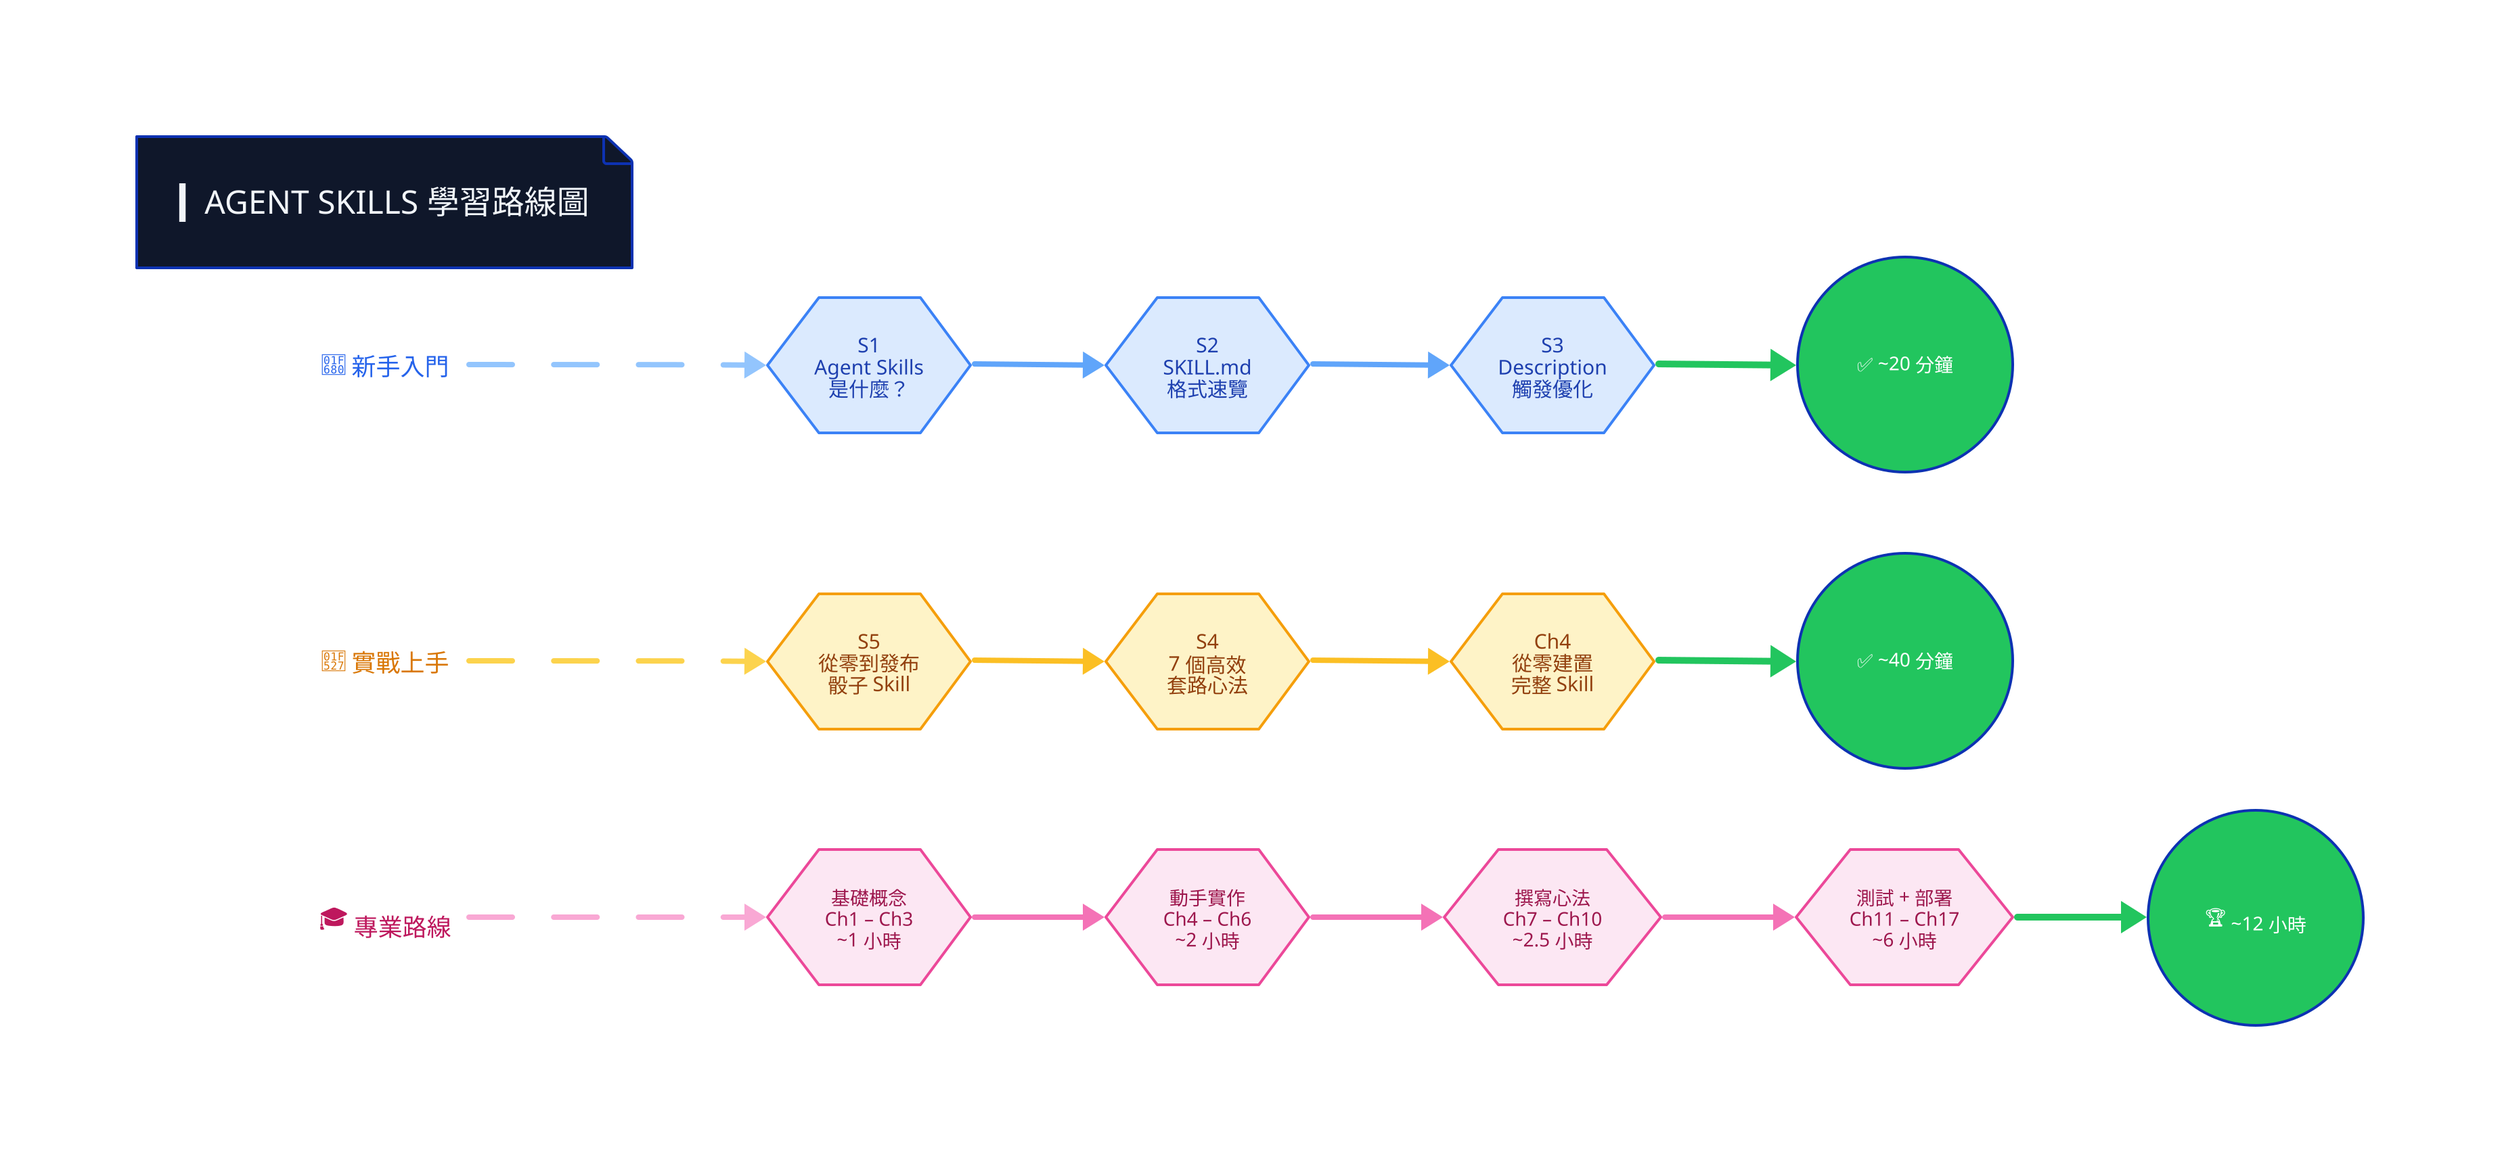
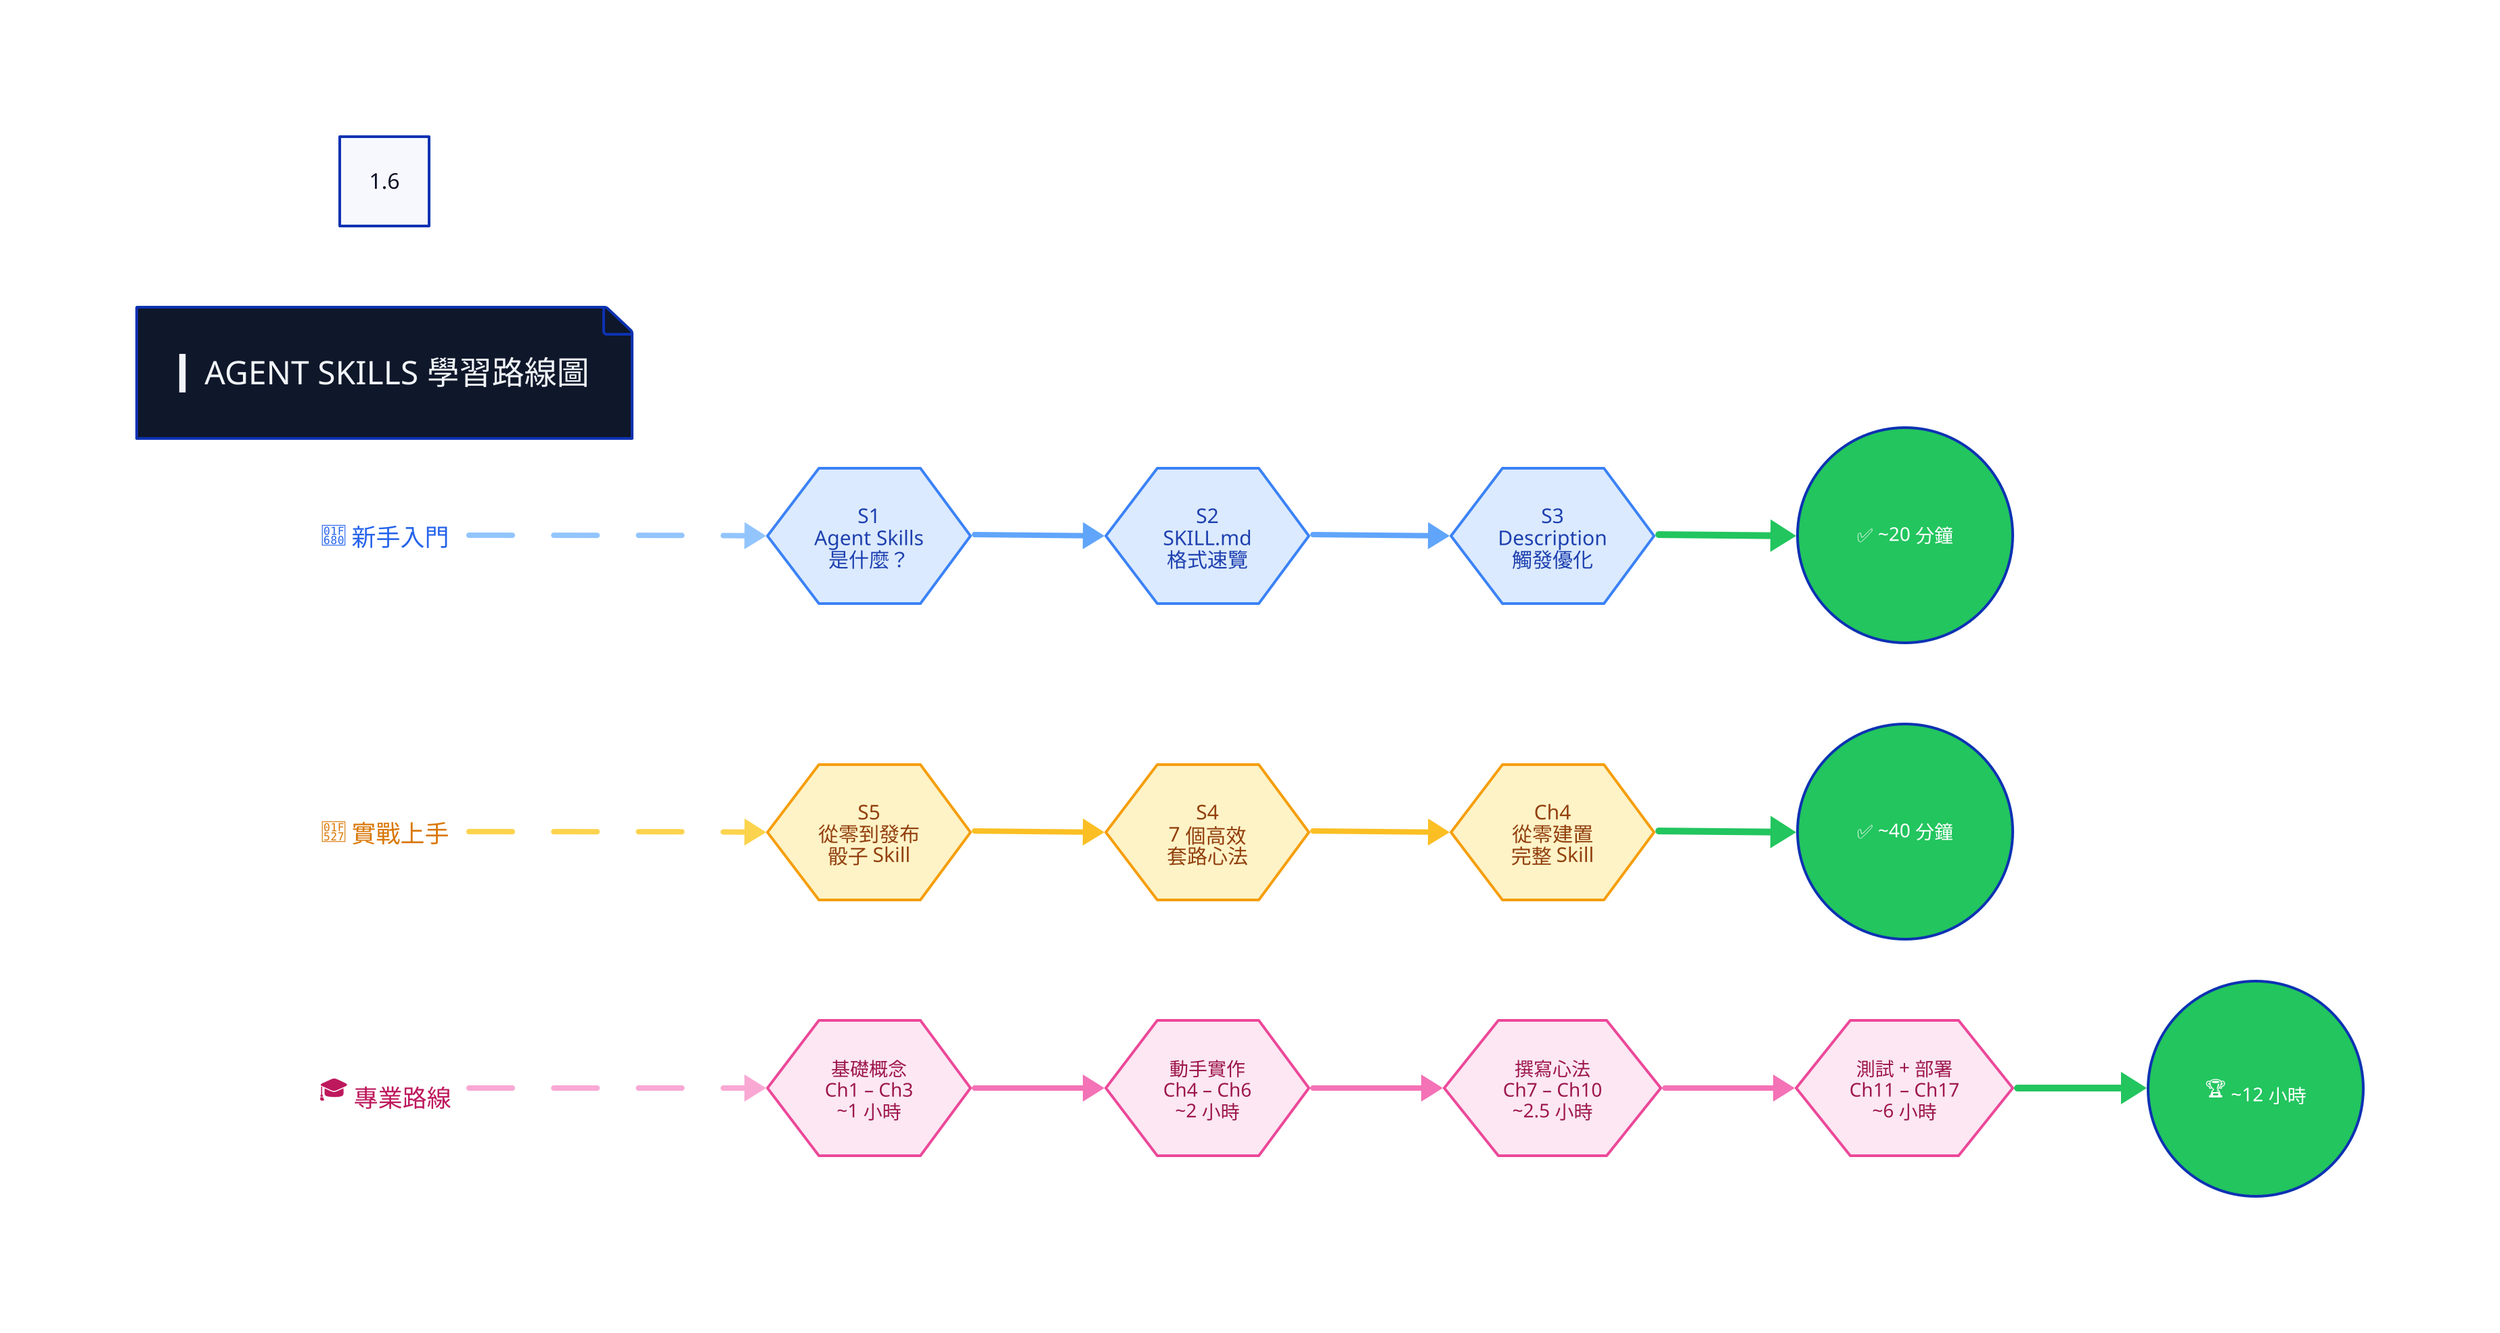
direction: right
+ scale: 1.6

title: {
  label: "▎AGENT SKILLS 學習路線圖"
  shape: page
  style.fill: "#0f172a"
  style.font-color: "#f1f5f9"
  style.font-size: 24
  style.bold: true
}

# ═══ Lane 1: 新手藍 ═══
L1_label: {
  label: "🚀 新手入門"
  style.font-size: 18
  style.font-color: "#2563eb"
  style.bold: true
  shape: text
}
L1_label -> L1_S1: {
  style.stroke: "#93c5fd"
  style.stroke-width: 4
  style.stroke-dash: 8
}
L1_S1: {
  label: "S1\nAgent Skills\n是什麼？"
  shape: hexagon
  style.fill: "#dbeafe"
  style.stroke: "#3b82f6"
  style.stroke-width: 2
  style.font-color: "#1e40af"
  style.font-size: 15
  style.bold: true
  width: 150
  height: 100
}
L1_S1 -> L1_S2: { style.stroke: "#60a5fa"; style.stroke-width: 4 }
L1_S2: {
  label: "S2\nSKILL.md\n格式速覽"
  shape: hexagon
  style.fill: "#dbeafe"; style.stroke: "#3b82f6"; style.stroke-width: 2
  style.font-color: "#1e40af"; style.font-size: 15
  width: 150; height: 100
}
L1_S2 -> L1_S3: { style.stroke: "#60a5fa"; style.stroke-width: 4 }
L1_S3: {
  label: "S3\nDescription\n觸發優化"
  shape: hexagon
  style.fill: "#dbeafe"; style.stroke: "#3b82f6"; style.stroke-width: 2
  style.font-color: "#1e40af"; style.font-size: 15
  width: 150; height: 100
}
L1_S3 -> L1_DONE: { style.stroke: "#22c55e"; style.stroke-width: 5 }
L1_DONE: {
  label: "✅ ~20 分鐘"
  shape: circle
  style.fill: "#22c55e"; style.font-color: "white";
  style.font-size: 14; style.bold: true
}

# ═══ Lane 2: 實戰黃 ═══
L2_label: {
  label: "🔧 實戰上手"
  style.font-size: 18; style.font-color: "#d97706"; style.bold: true
  shape: text
}
L2_label -> L2_S1: {
  style.stroke: "#fcd34d"; style.stroke-width: 4; style.stroke-dash: 8
}
L2_S1: {
  label: "S5\n從零到發布\n骰子 Skill"
  shape: hexagon
  style.fill: "#fef3c7"; style.stroke: "#f59e0b"; style.stroke-width: 2
  style.font-color: "#92400e"; style.font-size: 15; style.bold: true
  width: 150; height: 100
}
L2_S1 -> L2_S2: { style.stroke: "#fbbf24"; style.stroke-width: 4 }
L2_S2: {
  label: "S4\n7 個高效\n套路心法"
  shape: hexagon
  style.fill: "#fef3c7"; style.stroke: "#f59e0b"; style.stroke-width: 2
  style.font-color: "#92400e"; style.font-size: 15
  width: 150; height: 100
}
L2_S2 -> L2_S3: { style.stroke: "#fbbf24"; style.stroke-width: 4 }
L2_S3: {
  label: "Ch4\n從零建置\n完整 Skill"
  shape: hexagon
  style.fill: "#fef3c7"; style.stroke: "#f59e0b"; style.stroke-width: 2
  style.font-color: "#92400e"; style.font-size: 15
  width: 150; height: 100
}
L2_S3 -> L2_DONE: { style.stroke: "#22c55e"; style.stroke-width: 5 }
L2_DONE: {
  label: "✅ ~40 分鐘"
  shape: circle
  style.fill: "#22c55e"; style.font-color: "white";
  style.font-size: 14; style.bold: true
}

# ═══ Lane 3: 專家粉 ═══
L3_label: {
  label: "🎓 專業路線"
  style.font-size: 18; style.font-color: "#be185d"; style.bold: true
  shape: text
}
L3_label -> L3_S1: {
  style.stroke: "#f9a8d4"; style.stroke-width: 4; style.stroke-dash: 8
}
L3_S1: {
  label: "基礎概念\nCh1 – Ch3\n~1 小時"
  shape: hexagon
  style.fill: "#fce7f3"; style.stroke: "#ec4899"; style.stroke-width: 2
  style.font-color: "#9d174d"; style.font-size: 14
  width: 150; height: 100
}
L3_S1 -> L3_S2: { style.stroke: "#f472b6"; style.stroke-width: 4 }
L3_S2: {
  label: "動手實作\nCh4 – Ch6\n~2 小時"
  shape: hexagon
  style.fill: "#fce7f3"; style.stroke: "#ec4899"; style.stroke-width: 2
  style.font-color: "#9d174d"; style.font-size: 14
  width: 150; height: 100
}
L3_S2 -> L3_S3: { style.stroke: "#f472b6"; style.stroke-width: 4 }
L3_S3: {
  label: "撰寫心法\nCh7 – Ch10\n~2.5 小時"
  shape: hexagon
  style.fill: "#fce7f3"; style.stroke: "#ec4899"; style.stroke-width: 2
  style.font-color: "#9d174d"; style.font-size: 14
  width: 160; height: 100
}
L3_S3 -> L3_S4: { style.stroke: "#f472b6"; style.stroke-width: 4 }
L3_S4: {
  label: "測試 + 部署\nCh11 – Ch17\n~6 小時"
  shape: hexagon
  style.fill: "#fce7f3"; style.stroke: "#ec4899"; style.stroke-width: 2
  style.font-color: "#9d174d"; style.font-size: 14
  width: 160; height: 100
}
L3_S4 -> L3_DONE: { style.stroke: "#22c55e"; style.stroke-width: 5 }
L3_DONE: {
  label: "🏆 ~12 小時"
  shape: circle
  style.fill: "#22c55e"; style.font-color: "white";
  style.font-size: 14; style.bold: true
}
